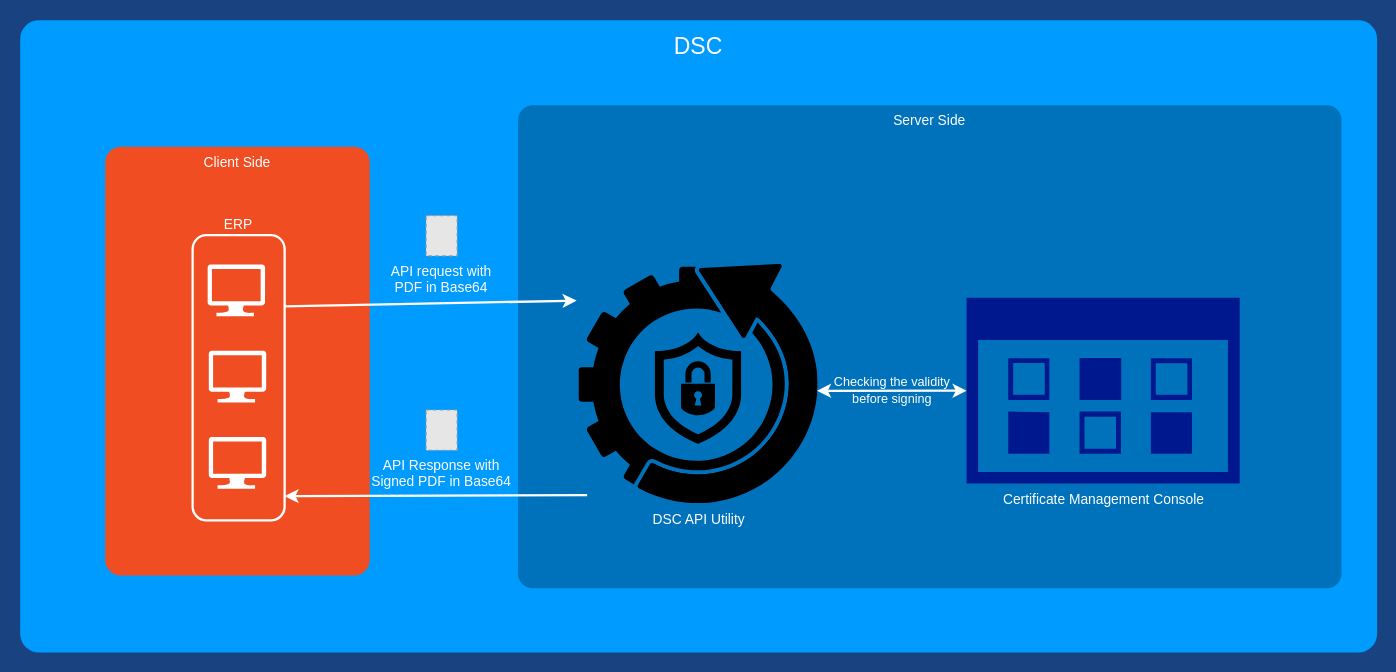
superavesh/Diagrams keeps this draw.io diagram as JCB.drawio. Above is the earlier version. Source tidied: cells renumbered, new cells numbered last; positions are measured from the earlier drawing's top-left corner, leaving out a move shared by most shapes. Both pictures are drawn from the tidied source at 115%, with x=0, y=0 at pixel (20, 20). Pictures stored in the file or linked from it are replaced by grey dashed boxes.
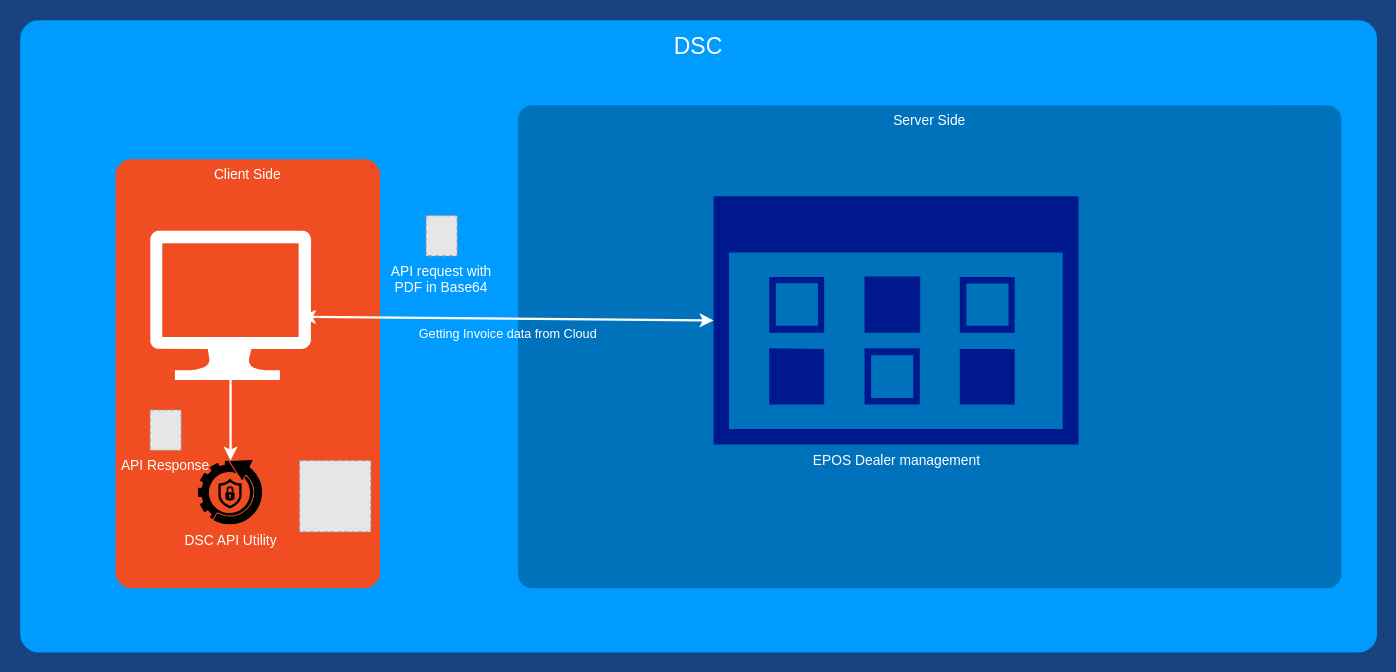
The same diagram, later.

Change to the diagram source:
```diff
@@
 <mxGraphModel background="#184380">
   <root>
     <mxCell id="0" />
     <mxCell id="1" parent="0" />
     <mxCell id="2" value="DSC" style="whiteSpace=wrap;html=1;rounded=1;shadow=0;strokeColor=none;strokeWidth=2;fillColor=#009BFF;fontSize=20;fontColor=#FFFFFF;align=center;arcSize=3;verticalAlign=top;spacingTop=4;" parent="1" vertex="1">
       <mxGeometry width="1180" height="550" as="geometry" />
     </mxCell>
     <mxCell id="3" value="Server Side" style="rounded=1;whiteSpace=wrap;html=1;shadow=0;strokeWidth=2;fillColor=#0072BC;fontSize=12;fontColor=#FFFFFF;align=center;strokeColor=none;arcSize=3;verticalAlign=top;imageBorder=#152de0;" parent="1" vertex="1">
       <mxGeometry x="433" y="74" width="716" height="420" as="geometry" />
     </mxCell>
     <mxCell id="4" value="Client Side" style="rounded=1;whiteSpace=wrap;html=1;shadow=0;strokeWidth=2;fillColor=#F04D22;fontSize=12;fontColor=#FFFFFF;align=center;strokeColor=none;arcSize=6;verticalAlign=top;" parent="1" vertex="1">
-      <mxGeometry x="74" y="110" width="230" height="373" as="geometry" />
+      <mxGeometry x="83" y="121" width="230" height="373" as="geometry" />
     </mxCell>
-    <mxCell id="5" value="ERP" style="rounded=1;whiteSpace=wrap;html=1;shadow=0;strokeWidth=2;fillColor=none;fontSize=12;fontColor=#ffffff;align=center;strokeColor=#FFFFFF;labelPosition=center;verticalLabelPosition=top;verticalAlign=bottom;" parent="1" vertex="1">
-      <mxGeometry x="150" y="187" width="80" height="248" as="geometry" />
-    </mxCell>
-    <mxCell id="6" style="verticalLabelPosition=bottom;html=1;verticalAlign=top;strokeColor=none;fillColor=#FFFFFF;shape=mxgraph.azure.computer;rounded=0;shadow=0;fontSize=12;fontColor=#000000;align=center;" parent="1" vertex="1">
-      <mxGeometry x="164" y="287.5" width="50" height="45" as="geometry" />
-    </mxCell>
     <mxCell id="7" value="API request with &#10;PDF in Base64" style="fillColor=#E6E6E6;strokeColor=#999999;dashed=1;verticalLabelPosition=bottom;labelBackgroundColor=none;verticalAlign=top;fontColor=#ffffff;" parent="1" vertex="1">
       <mxGeometry x="353" y="170" width="27" height="35" as="geometry" />
     </mxCell>
-    <mxCell id="8" style="endArrow=classic;html=1;rounded=0;fontColor=#ffffff;strokeColor=#ffffff;exitX=1;exitY=0.25;exitDx=0;exitDy=0;strokeWidth=2;entryX=-0.01;entryY=0.151;entryDx=0;entryDy=0;entryPerimeter=0;" parent="1" edge="1" source="5" target="9">
+    <mxCell id="8" style="endArrow=classic;html=1;rounded=0;fontColor=#ffffff;strokeColor=#ffffff;exitX=0.5;exitY=1;exitDx=0;exitDy=0;strokeWidth=2;exitPerimeter=0;" parent="1" edge="1" source="13" target="9">
       <mxGeometry relative="1" as="geometry" />
     </mxCell>
     <mxCell id="9" value="DSC API Utility" style="image;html=1;points=[];align=center;fontSize=12;image=img/lib/mscae/Windows_10_IoT_Core_Services.svg;labelBackgroundColor=none;fontColor=#ffffff;imageBackground=none;fillStyle=zigzag-line;imageBorder=none;" parent="1" vertex="1">
-      <mxGeometry x="486" y="212.5" width="208" height="208" as="geometry" />
+      <mxGeometry x="155" y="383" width="56" height="56" as="geometry" />
     </mxCell>
-    <mxCell id="10" value="API Response with&#10;Signed PDF in Base64" style="fillColor=#E6E6E6;strokeColor=#999999;dashed=1;verticalLabelPosition=bottom;labelBackgroundColor=none;verticalAlign=top;fontColor=#ffffff;" parent="1" vertex="1">
-      <mxGeometry x="353" y="339" width="27" height="35" as="geometry" />
+    <mxCell id="10" value="API Response" style="fillColor=#E6E6E6;strokeColor=#999999;dashed=1;verticalLabelPosition=bottom;labelBackgroundColor=none;verticalAlign=top;fontColor=#ffffff;" parent="1" vertex="1">
+      <mxGeometry x="113" y="339" width="27" height="35" as="geometry" />
     </mxCell>
-    <mxCell id="11" style="endArrow=classic;html=1;rounded=0;fontColor=#ffffff;strokeColor=#ffffff;entryX=1;entryY=0.915;entryDx=0;entryDy=0;strokeWidth=2;entryPerimeter=0;exitX=0.034;exitY=0.964;exitDx=0;exitDy=0;exitPerimeter=0;" parent="1" edge="1" source="9" target="5">
-      <mxGeometry relative="1" as="geometry" />
-    </mxCell>
-    <mxCell id="12" style="verticalLabelPosition=bottom;html=1;verticalAlign=top;strokeColor=none;fillColor=#FFFFFF;shape=mxgraph.azure.computer;rounded=0;shadow=0;fontSize=12;fontColor=#000000;align=center;" parent="1" vertex="1">
-      <mxGeometry x="164" y="362.5" width="50" height="45" as="geometry" />
-    </mxCell>
     <mxCell id="13" style="verticalLabelPosition=bottom;html=1;verticalAlign=top;strokeColor=none;fillColor=#FFFFFF;shape=mxgraph.azure.computer;rounded=0;shadow=0;fontSize=12;fontColor=#000000;align=center;" parent="1" vertex="1">
-      <mxGeometry x="163" y="212.5" width="50" height="45" as="geometry" />
+      <mxGeometry x="113" y="183" width="140" height="130" as="geometry" />
     </mxCell>
-    <mxCell id="14" value="Certificate Management Console" style="sketch=0;shadow=0;dashed=0;html=1;strokeColor=none;labelPosition=center;verticalLabelPosition=bottom;verticalAlign=top;align=center;fillColor=#00188D;shape=mxgraph.mscae.enterprise.management_console;fontColor=#ffffff;" parent="1" vertex="1">
-      <mxGeometry x="823" y="241.5" width="237.5" height="161.5" as="geometry" />
+    <mxCell id="14" value="EPOS Dealer management" style="sketch=0;shadow=0;dashed=0;html=1;strokeColor=none;labelPosition=center;verticalLabelPosition=bottom;verticalAlign=top;align=center;fillColor=#00188D;shape=mxgraph.mscae.enterprise.management_console;fontColor=#ffffff;" parent="1" vertex="1">
+      <mxGeometry x="603" y="153.2" width="317.3" height="215.8" as="geometry" />
     </mxCell>
-    <mxCell id="15" value="Checking the validity&lt;br&gt;before signing" style="endArrow=classic;startArrow=classic;html=1;rounded=0;strokeColor=#ffffff;strokeWidth=2;entryX=0;entryY=0.5;entryDx=0;entryDy=0;entryPerimeter=0;exitX=0.995;exitY=0.528;exitDx=0;exitDy=0;exitPerimeter=0;labelBackgroundColor=none;fontColor=#ffffff;" parent="1" edge="1" source="9" target="14">
+    <mxCell id="15" value="Getting Invoice data from Cloud" style="endArrow=classic;startArrow=classic;html=1;rounded=0;strokeColor=#ffffff;strokeWidth=2;entryX=0;entryY=0.5;entryDx=0;entryDy=0;entryPerimeter=0;exitX=0.943;exitY=0.577;exitDx=0;exitDy=0;exitPerimeter=0;labelBackgroundColor=none;fontColor=#ffffff;labelPosition=center;verticalLabelPosition=bottom;align=center;verticalAlign=top;" parent="1" edge="1" source="13" target="14">
       <mxGeometry relative="1" as="geometry" />
     </mxCell>
+    <mxCell id="16" style="fillColor=#E6E6E6;strokeColor=#999999;dashed=1;html=1;verticalAlign=top;verticalLabelPosition=bottom;labelBackgroundColor=#ffffff;" parent="1" vertex="1">
+      <mxGeometry x="243" y="383" width="62" height="62" as="geometry" />
+    </mxCell>
   </root>
 </mxGraphModel>
```
